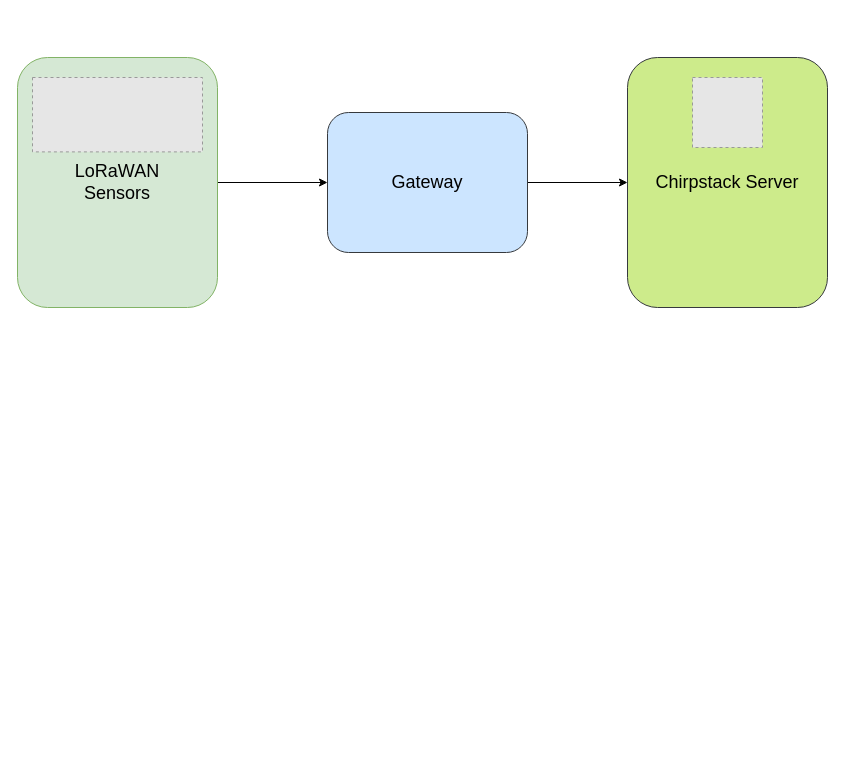
Earlier version of the draw.io diagram Capstone.drawio (force445/Draw.io). Source tidied: cells renumbered, new cells numbered last; positions are measured from the earlier drawing's top-left corner, leaving out a move shared by most shapes. Both pictures are drawn from the tidied source at 100%, with x=0, y=0 at pixel (17, 57). Pictures stored in the file or linked from it are replaced by grey dashed boxes.
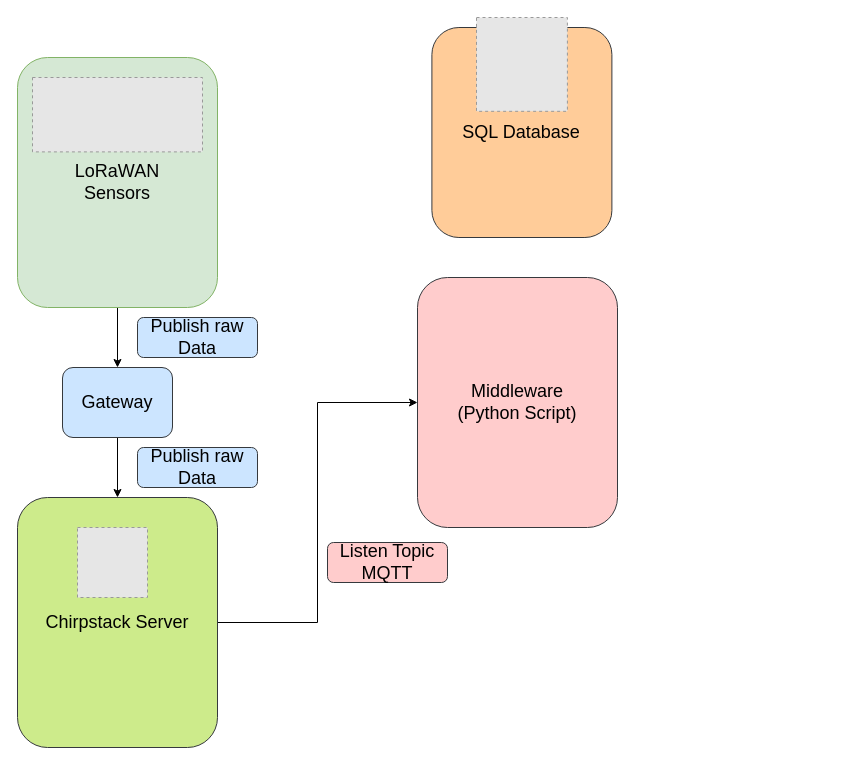
The same diagram, later.

Diff of the diagram source:
```diff
@@
 <mxGraphModel>
   <root>
     <mxCell id="0" />
     <mxCell id="1" parent="0" />
-    <mxCell id="2" style="edgeStyle=orthogonalEdgeStyle;rounded=0;jettySize=auto;html=1;entryX=0;entryY=0.5;entryDx=0;entryDy=0;" parent="1" edge="1" source="3" target="5">
+    <mxCell id="2" style="edgeStyle=orthogonalEdgeStyle;rounded=0;jettySize=auto;html=1;" parent="1" edge="1" source="3" target="5">
       <mxGeometry relative="1" as="geometry" />
     </mxCell>
     <mxCell id="3" value="&lt;font style=&quot;font-size: 18px;&quot;&gt;LoRaWAN&lt;/font&gt;&lt;div style=&quot;font-size: 18px;&quot;&gt;&lt;font style=&quot;font-size: 18px;&quot;&gt;Sensors&lt;/font&gt;&lt;/div&gt;" style="rounded=1;whiteSpace=wrap;html=1;fillColor=#d5e8d4;strokeColor=#82b366;" parent="1" vertex="1">
       <mxGeometry width="200" height="250" as="geometry" />
     </mxCell>
-    <mxCell id="4" style="edgeStyle=orthogonalEdgeStyle;rounded=0;jettySize=auto;html=1;" parent="1" edge="1" source="5" target="7">
+    <mxCell id="4" style="edgeStyle=orthogonalEdgeStyle;rounded=0;jettySize=auto;html=1;entryX=0.5;entryY=0;entryDx=0;entryDy=0;" parent="1" edge="1" source="5" target="7">
       <mxGeometry relative="1" as="geometry" />
     </mxCell>
     <mxCell id="5" value="&lt;span style=&quot;font-size: 18px;&quot;&gt;Gateway&lt;/span&gt;" style="rounded=1;whiteSpace=wrap;html=1;fillColor=#cce5ff;strokeColor=#36393d;" parent="1" vertex="1">
-      <mxGeometry x="310" y="55" width="200" height="140" as="geometry" />
+      <mxGeometry x="45" y="310" width="110" height="70" as="geometry" />
     </mxCell>
     <mxCell id="6" style="fillColor=#E6E6E6;strokeColor=#999999;dashed=1;verticalLabelPosition=bottom;labelBackgroundColor=default;verticalAlign=top;" parent="1" vertex="1">
       <mxGeometry x="15" y="20" width="170" height="74.4" as="geometry" />
     </mxCell>
+    <mxCell id="9" style="edgeStyle=orthogonalEdgeStyle;rounded=0;jettySize=auto;html=1;entryX=0;entryY=0.5;entryDx=0;entryDy=0;" parent="1" edge="1" source="7" target="12">
+      <mxGeometry relative="1" as="geometry" />
+    </mxCell>
     <mxCell id="7" value="&lt;span style=&quot;font-size: 18px;&quot;&gt;Chirpstack Server&lt;/span&gt;" style="rounded=1;whiteSpace=wrap;html=1;fillColor=#cdeb8b;strokeColor=#36393d;" parent="1" vertex="1">
-      <mxGeometry x="610" width="200" height="250" as="geometry" />
+      <mxGeometry y="440" width="200" height="250" as="geometry" />
     </mxCell>
     <mxCell id="8" style="fillColor=#E6E6E6;strokeColor=#999999;dashed=1;verticalLabelPosition=bottom;labelBackgroundColor=default;verticalAlign=top;" parent="1" vertex="1">
-      <mxGeometry x="675" y="20" width="70" height="70" as="geometry" />
+      <mxGeometry x="60" y="470" width="70" height="70" as="geometry" />
     </mxCell>
+    <mxCell id="10" value="&lt;span style=&quot;font-size: 18px;&quot;&gt;Publish raw&lt;/span&gt;&lt;div&gt;&lt;span style=&quot;font-size: 18px;&quot;&gt;Data&lt;/span&gt;&lt;/div&gt;" style="rounded=1;whiteSpace=wrap;html=1;fillColor=#cce5ff;strokeColor=#36393d;" parent="1" vertex="1">
+      <mxGeometry x="120" y="260" width="120" height="40" as="geometry" />
+    </mxCell>
+    <mxCell id="11" value="&lt;span style=&quot;font-size: 18px;&quot;&gt;Publish raw&lt;/span&gt;&lt;div&gt;&lt;span style=&quot;font-size: 18px;&quot;&gt;Data&lt;/span&gt;&lt;/div&gt;" style="rounded=1;whiteSpace=wrap;html=1;fillColor=#cce5ff;strokeColor=#36393d;" parent="1" vertex="1">
+      <mxGeometry x="120" y="390" width="120" height="40" as="geometry" />
+    </mxCell>
+    <mxCell id="12" value="&lt;span style=&quot;font-size: 18px;&quot;&gt;Middleware&lt;/span&gt;&lt;div&gt;&lt;span style=&quot;font-size: 18px;&quot;&gt;(Python Script)&lt;/span&gt;&lt;/div&gt;" style="rounded=1;whiteSpace=wrap;html=1;fillColor=#ffcccc;strokeColor=#36393d;" parent="1" vertex="1">
+      <mxGeometry x="400" y="220" width="200" height="250" as="geometry" />
+    </mxCell>
+    <mxCell id="13" value="&lt;span style=&quot;font-size: 18px;&quot;&gt;Listen Topic MQTT&lt;/span&gt;" style="rounded=1;whiteSpace=wrap;html=1;fillColor=#ffcccc;strokeColor=#36393d;" parent="1" vertex="1">
+      <mxGeometry x="310" y="485" width="120" height="40" as="geometry" />
+    </mxCell>
+    <mxCell id="14" value="&lt;span style=&quot;font-size: 18px;&quot;&gt;SQL Database&lt;/span&gt;" style="rounded=1;whiteSpace=wrap;html=1;fillColor=#ffcc99;strokeColor=#36393d;" parent="1" vertex="1">
+      <mxGeometry x="414.4" y="-30" width="180" height="210" as="geometry" />
+    </mxCell>
+    <mxCell id="15" style="fillColor=#E6E6E6;strokeColor=#999999;dashed=1;verticalLabelPosition=bottom;labelBackgroundColor=default;verticalAlign=top;" parent="1" vertex="1">
+      <mxGeometry x="459" y="-40" width="90.9" height="93.8" as="geometry" />
+    </mxCell>
   </root>
 </mxGraphModel>
```
